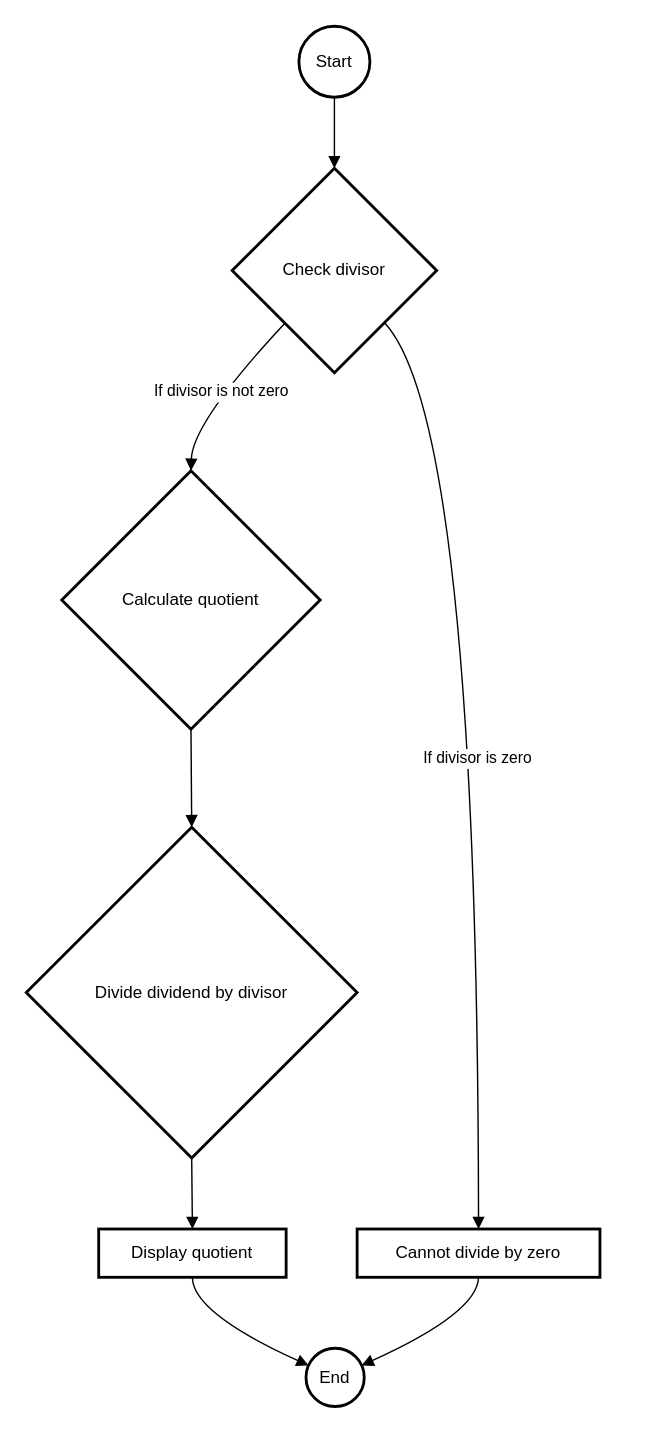
Before: แบบแผนที่ยังไม่ได้ตั้งชื่อ.drawio in Yo7I/CPE-161, a draw.io diagram. Source tidied: cells renumbered, new cells numbered last; positions are measured from the earlier drawing's top-left corner, leaving out a move shared by most shapes. Both pictures are drawn from the tidied source at 142%, with x=0, y=0 at pixel (26, 26).
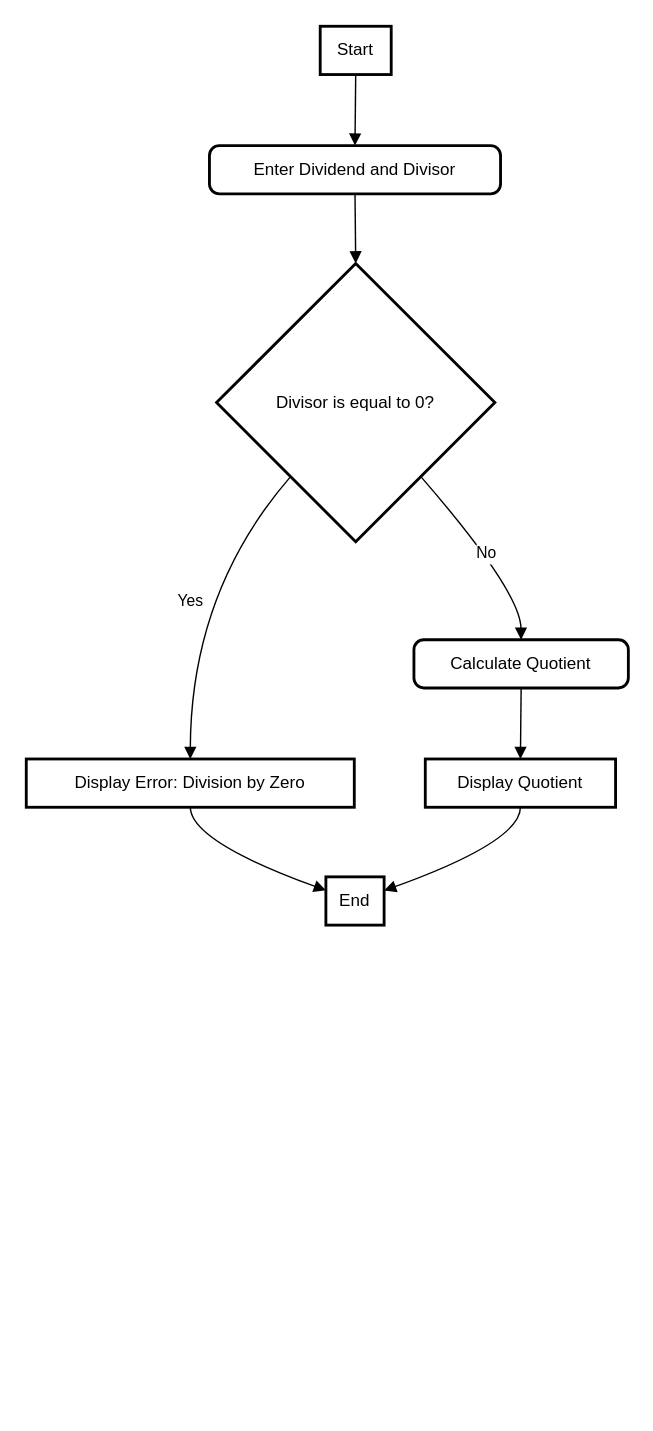
The same diagram, later.

Commit message:
Info kohta

Diff of the diagram source:
```diff
@@
-    <mxCell id="2" value="Start" style="ellipse;strokeWidth=2;whiteSpace=wrap;" parent="1" vertex="1">
-      <mxGeometry x="192" width="50" height="50" as="geometry" />
+    <mxCell id="2" value="Start" style="whiteSpace=wrap;strokeWidth=2;" parent="1" vertex="1">
+      <mxGeometry x="207" width="50" height="34" as="geometry" />
     </mxCell>
-    <mxCell id="3" value="Check divisor" style="rhombus;strokeWidth=2;whiteSpace=wrap;" parent="1" vertex="1">
-      <mxGeometry x="145" y="100" width="144" height="144" as="geometry" />
+    <mxCell id="3" value="Enter Dividend and Divisor" style="rounded=1;absoluteArcSize=1;arcSize=14;whiteSpace=wrap;strokeWidth=2;" parent="1" vertex="1">
+      <mxGeometry x="129" y="84" width="205" height="34" as="geometry" />
     </mxCell>
-    <mxCell id="4" value="Calculate quotient" style="rhombus;strokeWidth=2;whiteSpace=wrap;" parent="1" vertex="1">
-      <mxGeometry x="25" y="313" width="182" height="182" as="geometry" />
+    <mxCell id="4" value="Divisor is equal to 0?" style="rhombus;strokeWidth=2;whiteSpace=wrap;" parent="1" vertex="1">
+      <mxGeometry x="134" y="167" width="196" height="196" as="geometry" />
     </mxCell>
-    <mxCell id="5" value="Cannot divide by zero" style="whiteSpace=wrap;strokeWidth=2;" parent="1" vertex="1">
-      <mxGeometry x="233" y="847" width="171" height="34" as="geometry" />
+    <mxCell id="5" value="Calculate Quotient" style="rounded=1;absoluteArcSize=1;arcSize=14;whiteSpace=wrap;strokeWidth=2;" parent="1" vertex="1">
+      <mxGeometry x="273" y="432" width="151" height="34" as="geometry" />
     </mxCell>
-    <mxCell id="6" value="Divide dividend by divisor" style="rhombus;strokeWidth=2;whiteSpace=wrap;" parent="1" vertex="1">
-      <mxGeometry y="564" width="233" height="233" as="geometry" />
+    <mxCell id="6" value="Display Quotient" style="whiteSpace=wrap;strokeWidth=2;" parent="1" vertex="1">
+      <mxGeometry x="281" y="516" width="134" height="34" as="geometry" />
     </mxCell>
-    <mxCell id="7" value="Display quotient" style="whiteSpace=wrap;strokeWidth=2;" parent="1" vertex="1">
-      <mxGeometry x="51" y="847" width="132" height="34" as="geometry" />
+    <mxCell id="7" value="Display Error: Division by Zero" style="whiteSpace=wrap;strokeWidth=2;" parent="1" vertex="1">
+      <mxGeometry y="516" width="231" height="34" as="geometry" />
     </mxCell>
-    <mxCell id="8" value="End" style="ellipse;strokeWidth=2;whiteSpace=wrap;" parent="1" vertex="1">
-      <mxGeometry x="197" y="931" width="41" height="41" as="geometry" />
+    <mxCell id="8" value="End" style="whiteSpace=wrap;strokeWidth=2;" parent="1" vertex="1">
+      <mxGeometry x="211" y="599" width="41" height="34" as="geometry" />
     </mxCell>
-    <mxCell id="9" style="curved=1;startArrow=none;endArrow=block;exitX=0.51;exitY=1.01;entryX=0.5;entryY=0;" parent="1" edge="1" source="2" target="3">
+    <mxCell id="9" style="curved=1;startArrow=none;endArrow=block;exitX=0.5;exitY=0.99;entryX=0.5;entryY=-0.01;" parent="1" edge="1" source="2" target="3">
       <mxGeometry relative="1" as="geometry" />
     </mxCell>
-    <mxCell id="10" value="If divisor is not zero" style="curved=1;startArrow=none;endArrow=block;exitX=0.03;exitY=1;entryX=0.5;entryY=0;" parent="1" edge="1" source="3" target="4">
-      <mxGeometry relative="1" as="geometry">
-        <Array as="points">
-          <mxPoint x="117" y="279" />
-        </Array>
-      </mxGeometry>
+    <mxCell id="10" style="curved=1;startArrow=none;endArrow=block;exitX=0.5;exitY=0.98;entryX=0.5;entryY=0;" parent="1" edge="1" source="3" target="4">
+      <mxGeometry relative="1" as="geometry" />
     </mxCell>
-    <mxCell id="11" value="If divisor is zero" style="curved=1;startArrow=none;endArrow=block;exitX=0.98;exitY=1;entryX=0.5;entryY=0.01;" parent="1" edge="1" source="3" target="5">
+    <mxCell id="11" value="No" style="curved=1;startArrow=none;endArrow=block;exitX=0.94;exitY=1;entryX=0.5;entryY=0;" parent="1" edge="1" source="4" target="5">
       <mxGeometry relative="1" as="geometry">
         <Array as="points">
-          <mxPoint x="318" y="279" />
+          <mxPoint x="348" y="398" />
         </Array>
       </mxGeometry>
     </mxCell>
-    <mxCell id="12" style="curved=1;startArrow=none;endArrow=block;exitX=0.5;exitY=1;entryX=0.5;entryY=0;" parent="1" edge="1" source="4" target="6">
+    <mxCell id="12" style="curved=1;startArrow=none;endArrow=block;exitX=0.5;exitY=0.99;entryX=0.5;entryY=-0.01;" parent="1" edge="1" source="5" target="6">
       <mxGeometry relative="1" as="geometry" />
     </mxCell>
-    <mxCell id="13" style="curved=1;startArrow=none;endArrow=block;exitX=0.5;exitY=1;entryX=0.5;entryY=0.01;" parent="1" edge="1" source="6" target="7">
-      <mxGeometry relative="1" as="geometry" />
+    <mxCell id="13" value="Yes" style="curved=1;startArrow=none;endArrow=block;exitX=0.06;exitY=1;entryX=0.5;entryY=-0.01;" parent="1" edge="1" source="4" target="7">
+      <mxGeometry relative="1" as="geometry">
+        <Array as="points">
+          <mxPoint x="116" y="398" />
+        </Array>
+      </mxGeometry>
     </mxCell>
-    <mxCell id="14" style="curved=1;startArrow=none;endArrow=block;exitX=0.5;exitY=1;entryX=-0.01;entryY=0.27;" parent="1" edge="1" source="7" target="8">
+    <mxCell id="14" style="curved=1;startArrow=none;endArrow=block;exitX=0.5;exitY=0.98;entryX=0;entryY=0.28;" parent="1" edge="1" source="7" target="8">
       <mxGeometry relative="1" as="geometry">
         <Array as="points">
-          <mxPoint x="117" y="906" />
+          <mxPoint x="116" y="574" />
         </Array>
       </mxGeometry>
     </mxCell>
-    <mxCell id="15" style="curved=1;startArrow=none;endArrow=block;exitX=0.5;exitY=1;entryX=1;entryY=0.27;" parent="1" edge="1" source="5" target="8">
+    <mxCell id="15" style="curved=1;startArrow=none;endArrow=block;exitX=0.5;exitY=0.98;entryX=1.01;entryY=0.28;" parent="1" edge="1" source="6" target="8">
       <mxGeometry relative="1" as="geometry">
         <Array as="points">
-          <mxPoint x="318" y="906" />
+          <mxPoint x="348" y="574" />
         </Array>
       </mxGeometry>
     </mxCell>
```
